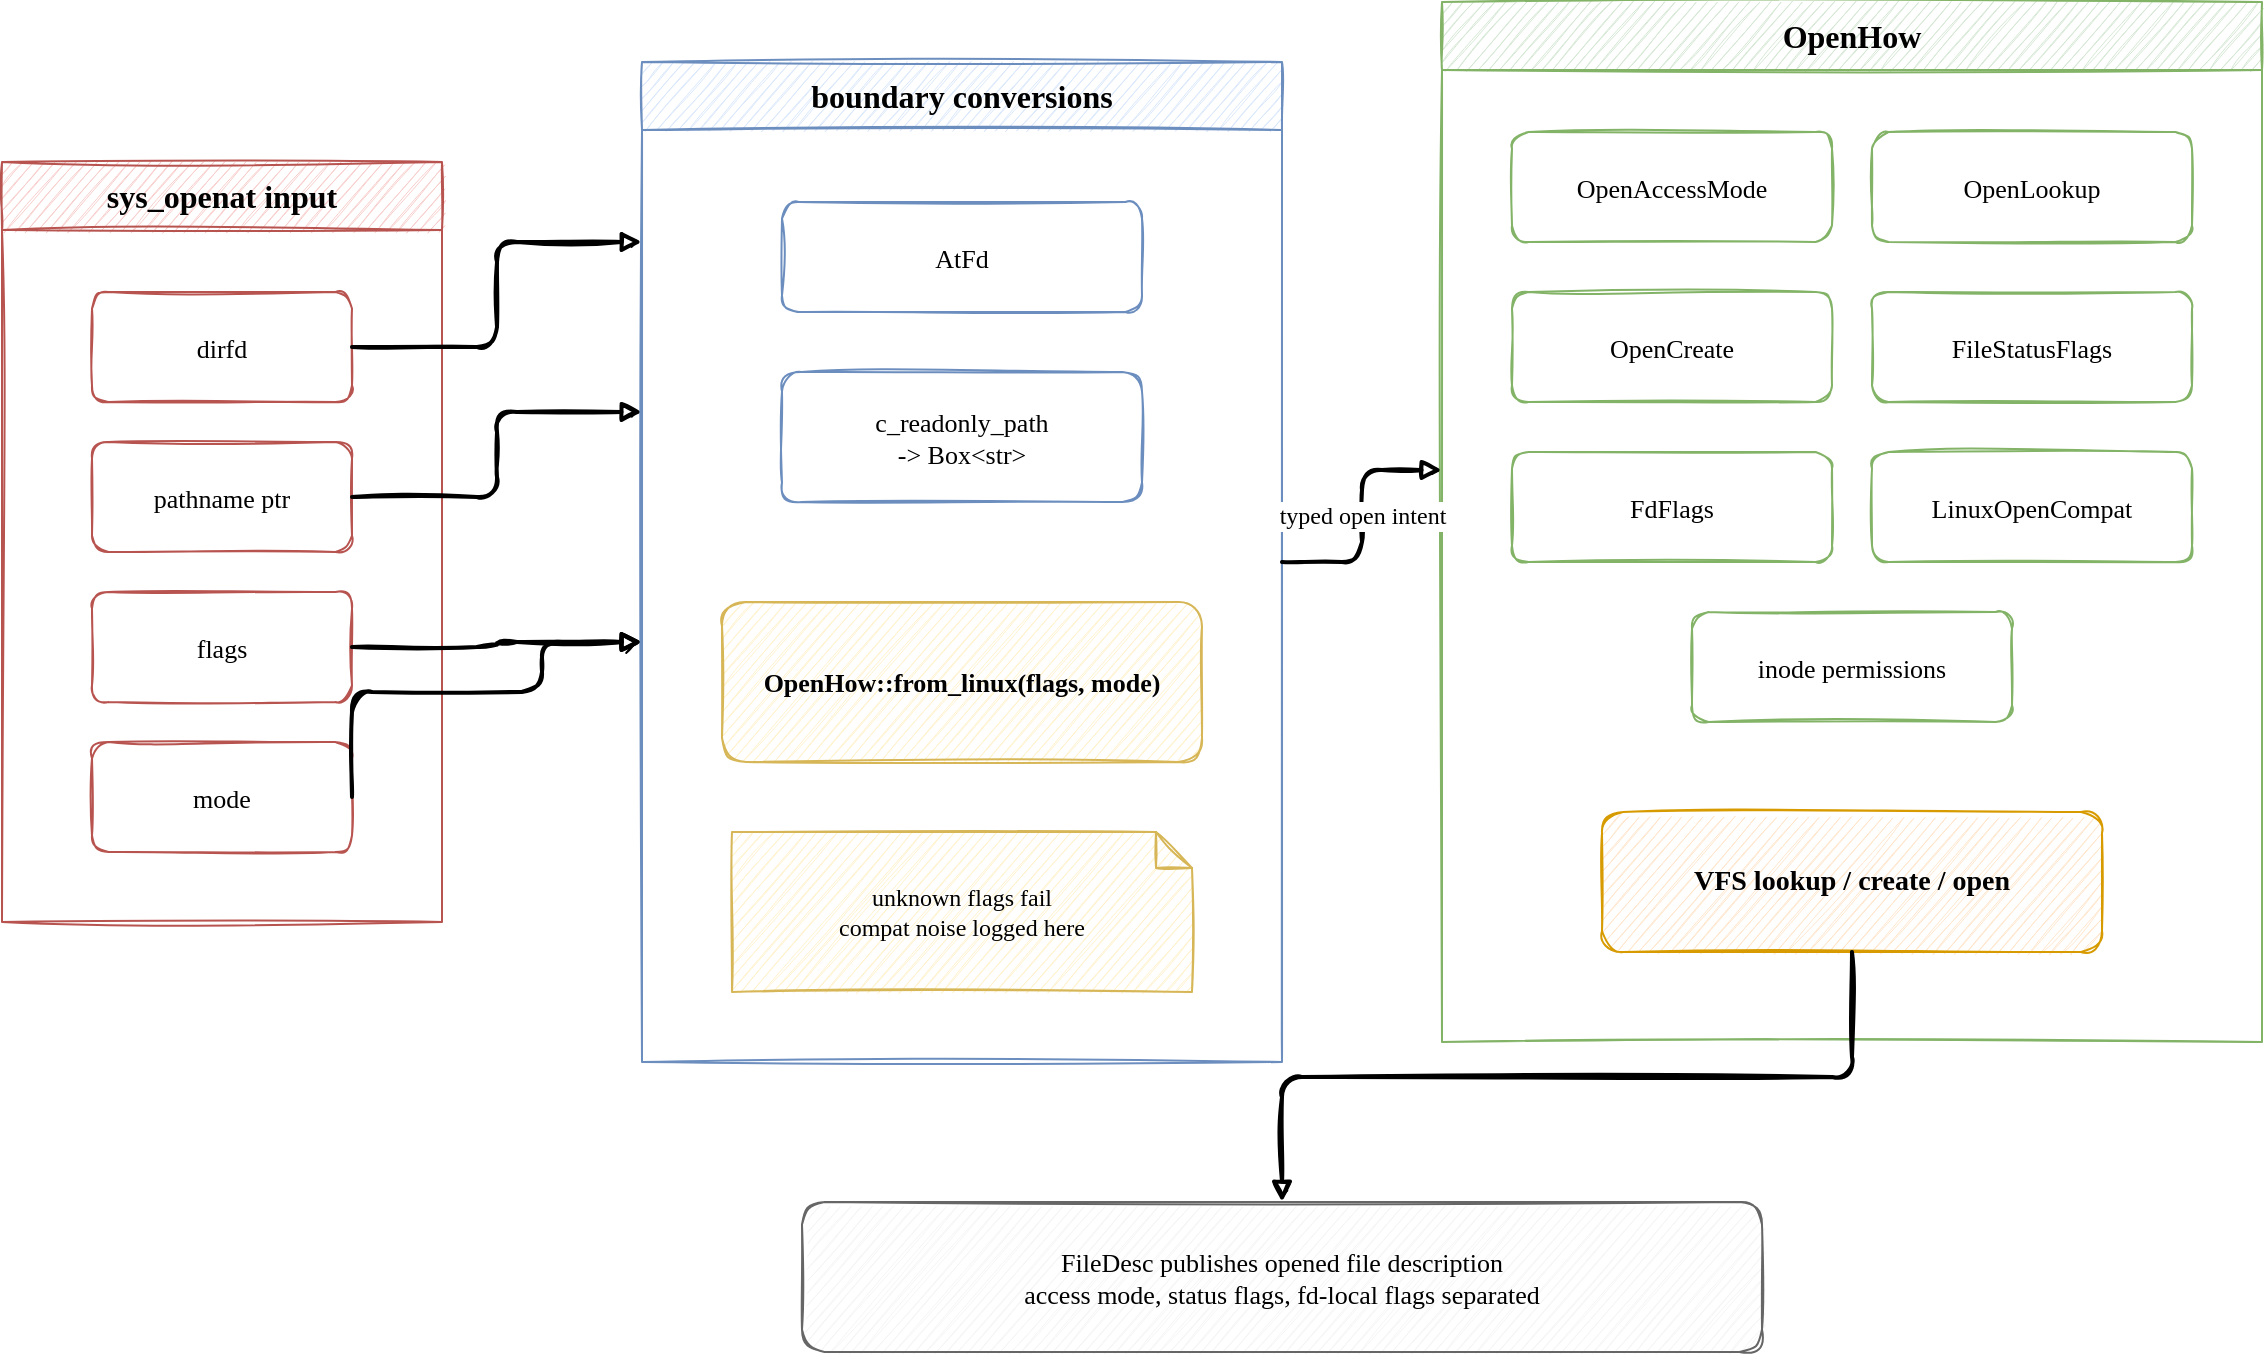
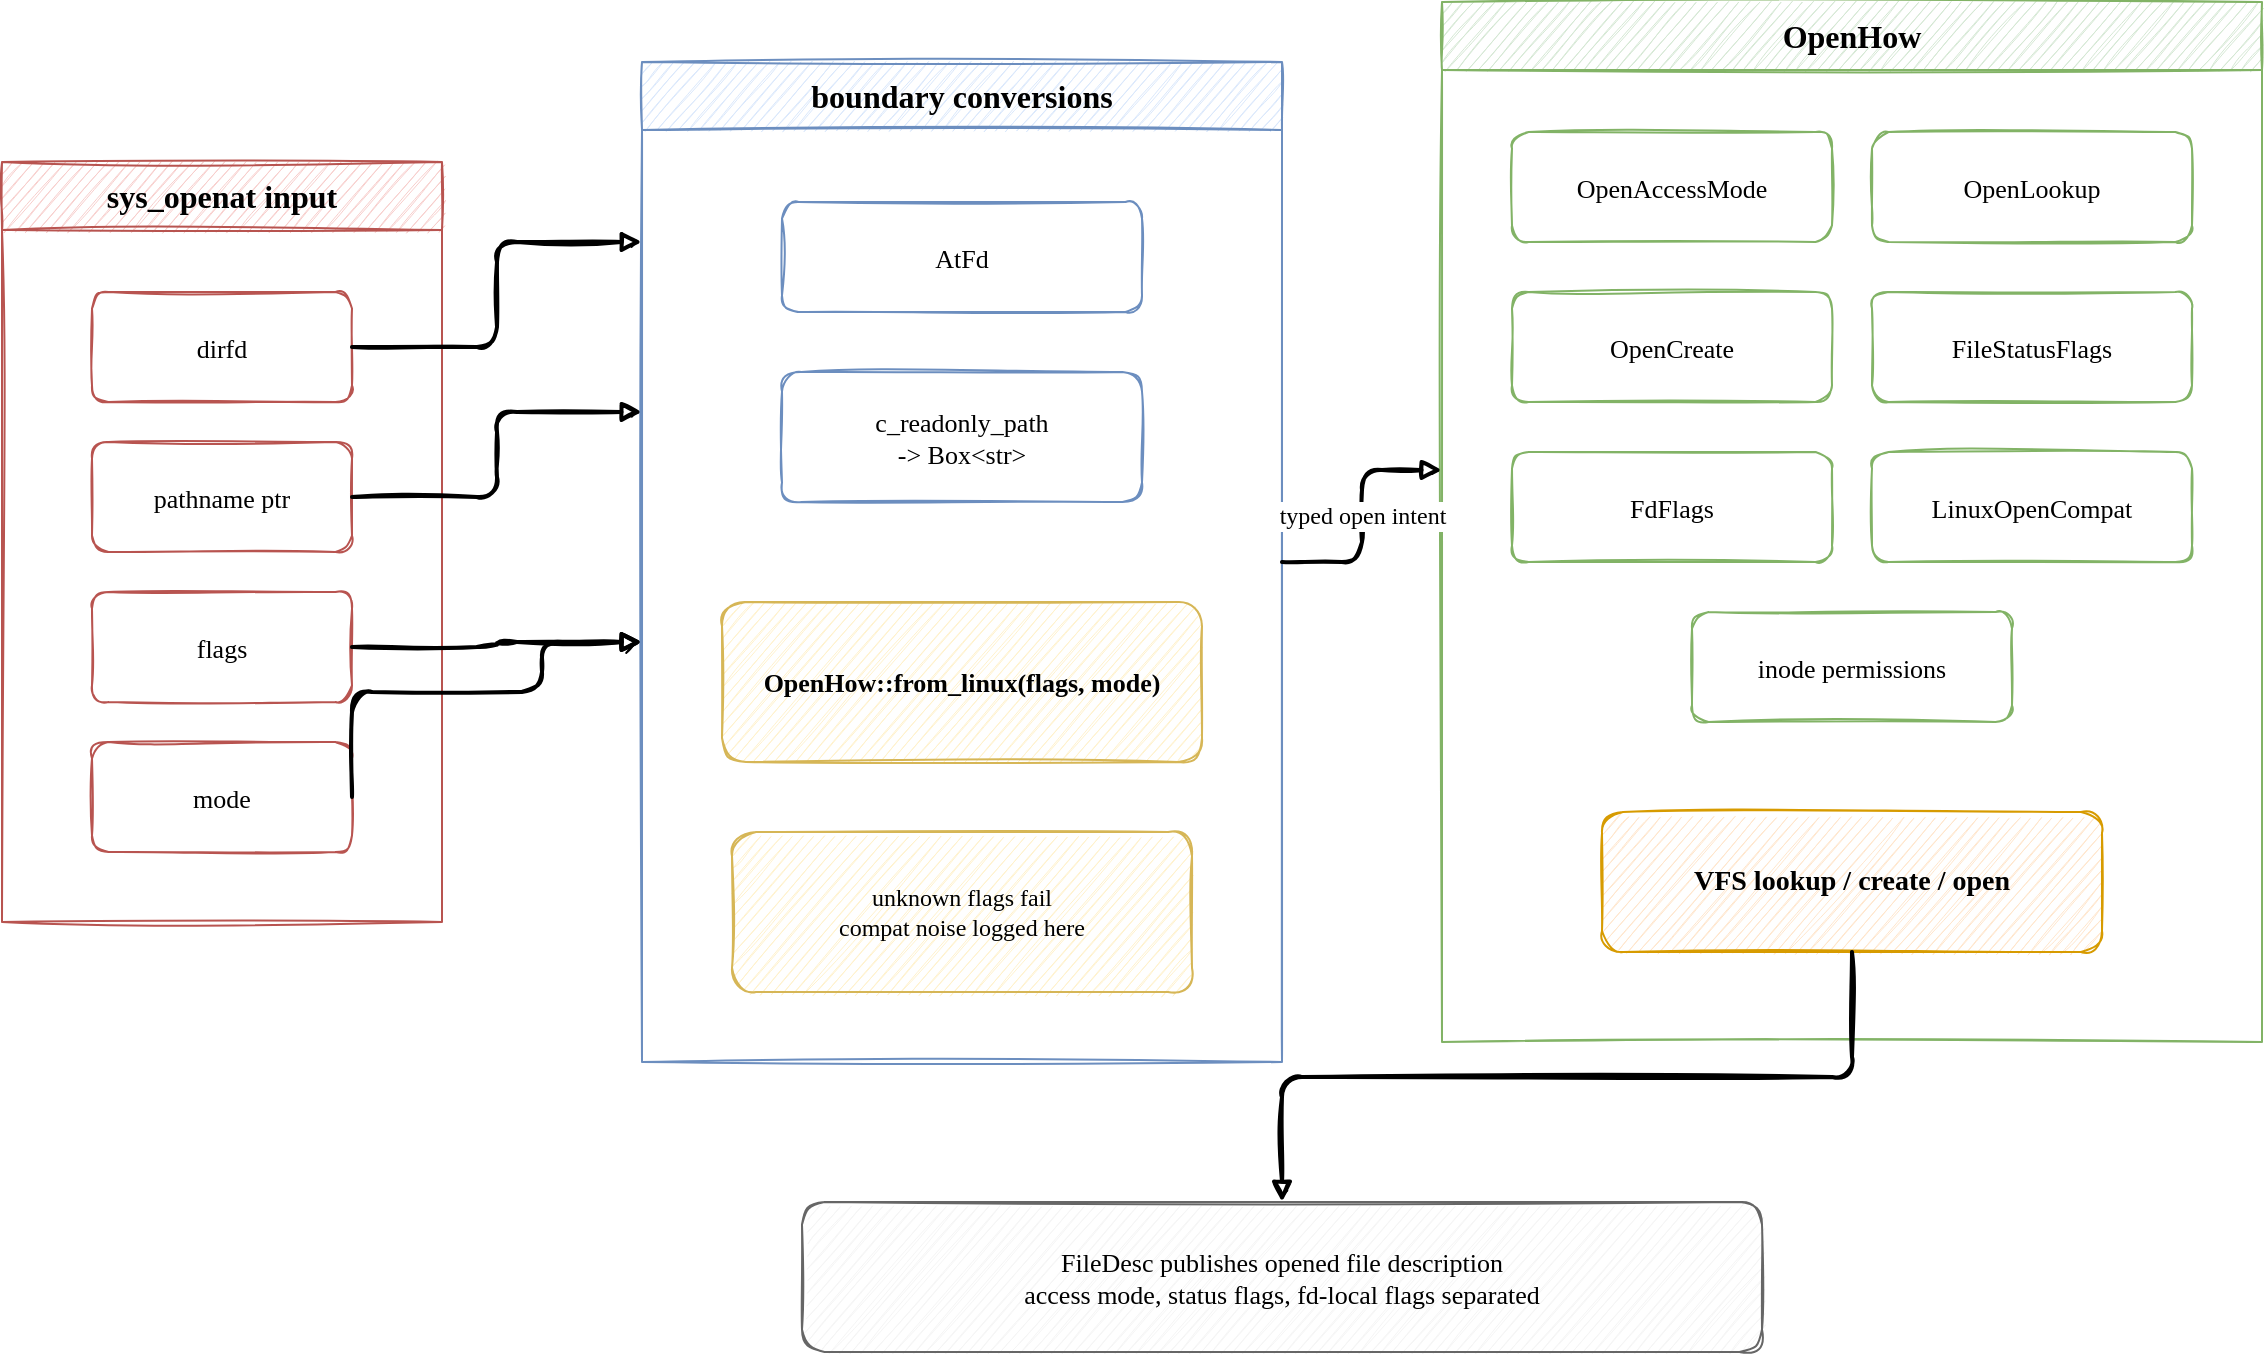
<?xml version="1.0" encoding="UTF-8"?>
- <mxfile host="drawio" version="26.0.0">
+ <mxfile host="drawio" version="30.2.4">
  <diagram name="openat-flags">
    <mxGraphModel dx="1280" dy="720" grid="1" gridSize="10" guides="1" tooltips="1" connect="1" arrows="1" fold="1" page="1" pageScale="1" pageWidth="1240" pageHeight="760" math="0" shadow="0">
      <root>
        <mxCell id="0" />
        <mxCell id="1" parent="0" />
        <mxCell id="2" value="sys_openat input" style="swimlane;startSize=34;whiteSpace=wrap;html=1;sketch=1;hachureGap=4;fillColor=#f8cecc;strokeColor=#b85450;fontFamily=Comic Sans MS;fontSize=16;fontStyle=1;" vertex="1" parent="1">
          <mxGeometry x="40" y="120" width="220" height="380" as="geometry" />
        </mxCell>
        <mxCell id="3" value="dirfd" style="rounded=1;whiteSpace=wrap;html=1;sketch=1;hachureGap=4;fillColor=#ffffff;strokeColor=#b85450;fontFamily=Comic Sans MS;fontSize=13;" vertex="1" parent="2">
          <mxGeometry x="45" y="65" width="130" height="55" as="geometry" />
        </mxCell>
        <mxCell id="4" value="pathname ptr" style="rounded=1;whiteSpace=wrap;html=1;sketch=1;hachureGap=4;fillColor=#ffffff;strokeColor=#b85450;fontFamily=Comic Sans MS;fontSize=13;" vertex="1" parent="2">
          <mxGeometry x="45" y="140" width="130" height="55" as="geometry" />
        </mxCell>
        <mxCell id="5" value="flags" style="rounded=1;whiteSpace=wrap;html=1;sketch=1;hachureGap=4;fillColor=#ffffff;strokeColor=#b85450;fontFamily=Comic Sans MS;fontSize=13;" vertex="1" parent="2">
          <mxGeometry x="45" y="215" width="130" height="55" as="geometry" />
        </mxCell>
        <mxCell id="6" value="mode" style="rounded=1;whiteSpace=wrap;html=1;sketch=1;hachureGap=4;fillColor=#ffffff;strokeColor=#b85450;fontFamily=Comic Sans MS;fontSize=13;" vertex="1" parent="2">
          <mxGeometry x="45" y="290" width="130" height="55" as="geometry" />
        </mxCell>
        <mxCell id="7" value="boundary conversions" style="swimlane;startSize=34;whiteSpace=wrap;html=1;sketch=1;hachureGap=4;fillColor=#dae8fc;strokeColor=#6c8ebf;fontFamily=Comic Sans MS;fontSize=16;fontStyle=1;" vertex="1" parent="1">
          <mxGeometry x="360" y="70" width="320" height="500" as="geometry" />
        </mxCell>
        <mxCell id="8" value="AtFd" style="rounded=1;whiteSpace=wrap;html=1;sketch=1;hachureGap=4;fillColor=#ffffff;strokeColor=#6c8ebf;fontFamily=Comic Sans MS;fontSize=13;" vertex="1" parent="7">
          <mxGeometry x="70" y="70" width="180" height="55" as="geometry" />
        </mxCell>
        <mxCell id="9" value="c_readonly_path&#xa;-&gt; Box&amp;lt;str&amp;gt;" style="rounded=1;whiteSpace=wrap;html=1;sketch=1;hachureGap=4;fillColor=#ffffff;strokeColor=#6c8ebf;fontFamily=Comic Sans MS;fontSize=13;" vertex="1" parent="7">
          <mxGeometry x="70" y="155" width="180" height="65" as="geometry" />
        </mxCell>
        <mxCell id="10" value="OpenHow::from_linux(flags, mode)" style="rounded=1;whiteSpace=wrap;html=1;sketch=1;hachureGap=4;fillColor=#fff2cc;strokeColor=#d6b656;fontFamily=Comic Sans MS;fontSize=13;fontStyle=1;" vertex="1" parent="7">
          <mxGeometry x="40" y="270" width="240" height="80" as="geometry" />
        </mxCell>
-         <mxCell id="11" value="unknown flags fail&#xa;compat noise logged here" style="shape=note;whiteSpace=wrap;html=1;size=18;sketch=1;hachureGap=4;fillColor=#fff2cc;strokeColor=#d6b656;fontFamily=Comic Sans MS;fontSize=12;" vertex="1" parent="7">
+         <mxCell id="11" value="unknown flags fail&#xa;compat noise logged here" style="rounded=1;whiteSpace=wrap;html=1;sketch=1;hachureGap=4;fillColor=#fff2cc;strokeColor=#d6b656;fontFamily=Comic Sans MS;fontSize=12;" vertex="1" parent="7">
          <mxGeometry x="45" y="385" width="230" height="80" as="geometry" />
        </mxCell>
        <mxCell id="12" value="OpenHow" style="swimlane;startSize=34;whiteSpace=wrap;html=1;sketch=1;hachureGap=4;fillColor=#d5e8d4;strokeColor=#82b366;fontFamily=Comic Sans MS;fontSize=16;fontStyle=1;" vertex="1" parent="1">
          <mxGeometry x="760" y="40" width="410" height="520" as="geometry" />
        </mxCell>
        <mxCell id="13" value="OpenAccessMode" style="rounded=1;whiteSpace=wrap;html=1;sketch=1;hachureGap=4;fillColor=#ffffff;strokeColor=#82b366;fontFamily=Comic Sans MS;fontSize=13;" vertex="1" parent="12">
          <mxGeometry x="35" y="65" width="160" height="55" as="geometry" />
        </mxCell>
        <mxCell id="14" value="OpenLookup" style="rounded=1;whiteSpace=wrap;html=1;sketch=1;hachureGap=4;fillColor=#ffffff;strokeColor=#82b366;fontFamily=Comic Sans MS;fontSize=13;" vertex="1" parent="12">
          <mxGeometry x="215" y="65" width="160" height="55" as="geometry" />
        </mxCell>
        <mxCell id="15" value="OpenCreate" style="rounded=1;whiteSpace=wrap;html=1;sketch=1;hachureGap=4;fillColor=#ffffff;strokeColor=#82b366;fontFamily=Comic Sans MS;fontSize=13;" vertex="1" parent="12">
          <mxGeometry x="35" y="145" width="160" height="55" as="geometry" />
        </mxCell>
        <mxCell id="16" value="FileStatusFlags" style="rounded=1;whiteSpace=wrap;html=1;sketch=1;hachureGap=4;fillColor=#ffffff;strokeColor=#82b366;fontFamily=Comic Sans MS;fontSize=13;" vertex="1" parent="12">
          <mxGeometry x="215" y="145" width="160" height="55" as="geometry" />
        </mxCell>
        <mxCell id="17" value="FdFlags" style="rounded=1;whiteSpace=wrap;html=1;sketch=1;hachureGap=4;fillColor=#ffffff;strokeColor=#82b366;fontFamily=Comic Sans MS;fontSize=13;" vertex="1" parent="12">
          <mxGeometry x="35" y="225" width="160" height="55" as="geometry" />
        </mxCell>
        <mxCell id="18" value="LinuxOpenCompat" style="rounded=1;whiteSpace=wrap;html=1;sketch=1;hachureGap=4;fillColor=#ffffff;strokeColor=#82b366;fontFamily=Comic Sans MS;fontSize=13;" vertex="1" parent="12">
          <mxGeometry x="215" y="225" width="160" height="55" as="geometry" />
        </mxCell>
        <mxCell id="19" value="inode permissions" style="rounded=1;whiteSpace=wrap;html=1;sketch=1;hachureGap=4;fillColor=#ffffff;strokeColor=#82b366;fontFamily=Comic Sans MS;fontSize=13;" vertex="1" parent="12">
          <mxGeometry x="125" y="305" width="160" height="55" as="geometry" />
        </mxCell>
        <mxCell id="20" value="VFS lookup / create / open" style="rounded=1;whiteSpace=wrap;html=1;sketch=1;hachureGap=4;fillColor=#ffe6cc;strokeColor=#d79b00;fontFamily=Comic Sans MS;fontSize=14;fontStyle=1;" vertex="1" parent="12">
          <mxGeometry x="80" y="405" width="250" height="70" as="geometry" />
        </mxCell>
        <mxCell id="21" value="FileDesc publishes opened file description&#xa;access mode, status flags, fd-local flags separated" style="rounded=1;whiteSpace=wrap;html=1;sketch=1;hachureGap=4;fillColor=#f5f5f5;strokeColor=#666666;fontFamily=Comic Sans MS;fontSize=13;" vertex="1" parent="1">
          <mxGeometry x="440" y="640" width="480" height="75" as="geometry" />
        </mxCell>
        <mxCell id="22" value="" style="edgeStyle=orthogonalEdgeStyle;rounded=1;orthogonalLoop=1;jettySize=auto;html=1;sketch=1;strokeWidth=2;endArrow=block;exitX=1;exitY=0.5;entryX=0;entryY=0.18;" edge="1" parent="1" source="3" target="7">
          <mxGeometry relative="1" as="geometry" />
        </mxCell>
        <mxCell id="23" value="" style="edgeStyle=orthogonalEdgeStyle;rounded=1;orthogonalLoop=1;jettySize=auto;html=1;sketch=1;strokeWidth=2;endArrow=block;exitX=1;exitY=0.5;entryX=0;entryY=0.35;" edge="1" parent="1" source="4" target="7">
          <mxGeometry relative="1" as="geometry" />
        </mxCell>
        <mxCell id="24" value="" style="edgeStyle=orthogonalEdgeStyle;rounded=1;orthogonalLoop=1;jettySize=auto;html=1;sketch=1;strokeWidth=2;endArrow=block;exitX=1;exitY=0.5;entryX=0;entryY=0.58;" edge="1" parent="1" source="5" target="7">
          <mxGeometry relative="1" as="geometry" />
        </mxCell>
        <mxCell id="25" value="" style="edgeStyle=orthogonalEdgeStyle;rounded=1;orthogonalLoop=1;jettySize=auto;html=1;sketch=1;strokeWidth=2;endArrow=block;exitX=1;exitY=0.5;entryX=0;entryY=0.58;" edge="1" parent="1" source="6" target="7">
          <mxGeometry relative="1" as="geometry">
            <Array as="points">
              <mxPoint x="310" y="385" />
              <mxPoint x="310" y="360" />
            </Array>
          </mxGeometry>
        </mxCell>
        <mxCell id="26" value="typed open intent" style="edgeStyle=orthogonalEdgeStyle;rounded=1;orthogonalLoop=1;jettySize=auto;html=1;sketch=1;strokeWidth=2;endArrow=block;exitX=1;exitY=0.5;entryX=0;entryY=0.45;fontFamily=Comic Sans MS;fontSize=12;" edge="1" parent="1" source="7" target="12">
          <mxGeometry relative="1" as="geometry" />
        </mxCell>
        <mxCell id="27" value="" style="edgeStyle=orthogonalEdgeStyle;rounded=1;orthogonalLoop=1;jettySize=auto;html=1;sketch=1;strokeWidth=2;endArrow=block;exitX=0.5;exitY=1;entryX=0.5;entryY=0;" edge="1" parent="1" source="20" target="21">
          <mxGeometry relative="1" as="geometry" />
        </mxCell>
      </root>
    </mxGraphModel>
  </diagram>
</mxfile>
